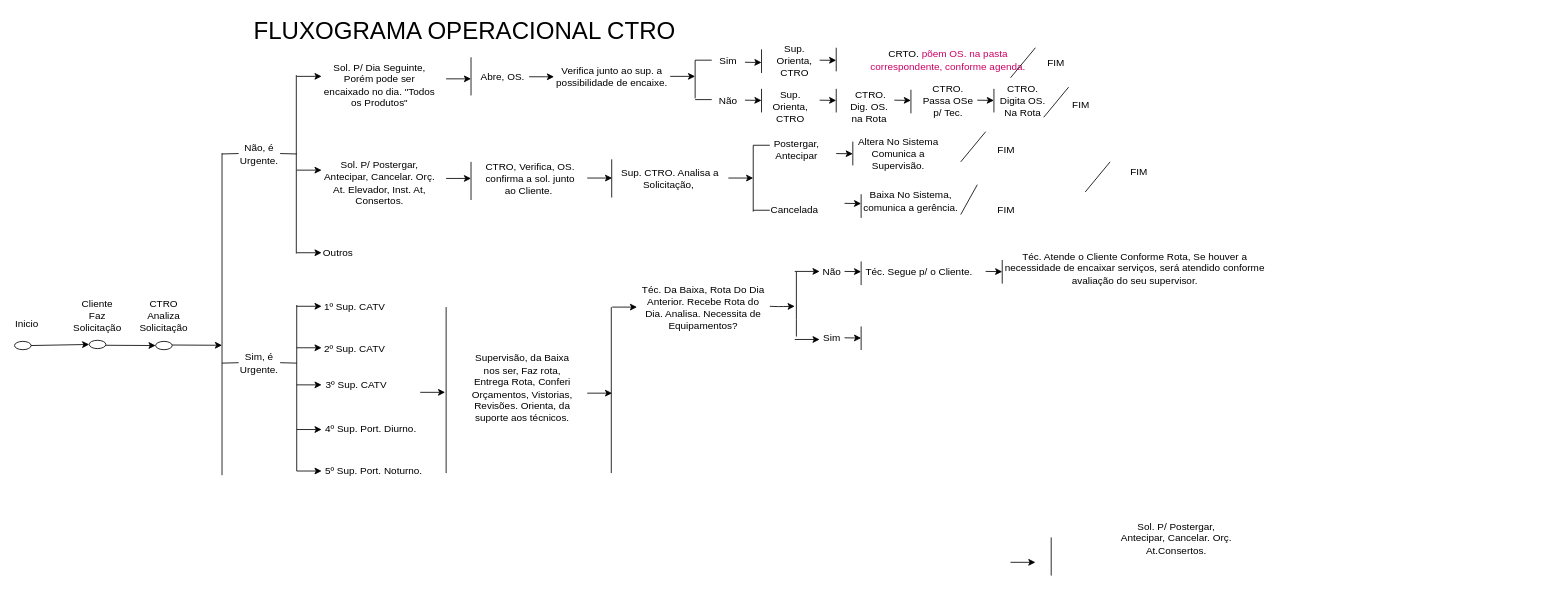
Before: page "Page-1" (1 of 4) of Untitled Diagram.drawio in policond/teste, a draw.io diagram. Source tidied: cells renumbered, new cells numbered last; positions are measured from the earlier drawing's top-left corner, leaving out a move shared by most shapes. Both pictures are drawn from the tidied source at 83%, with x=0, y=0 at pixel (14, 14).
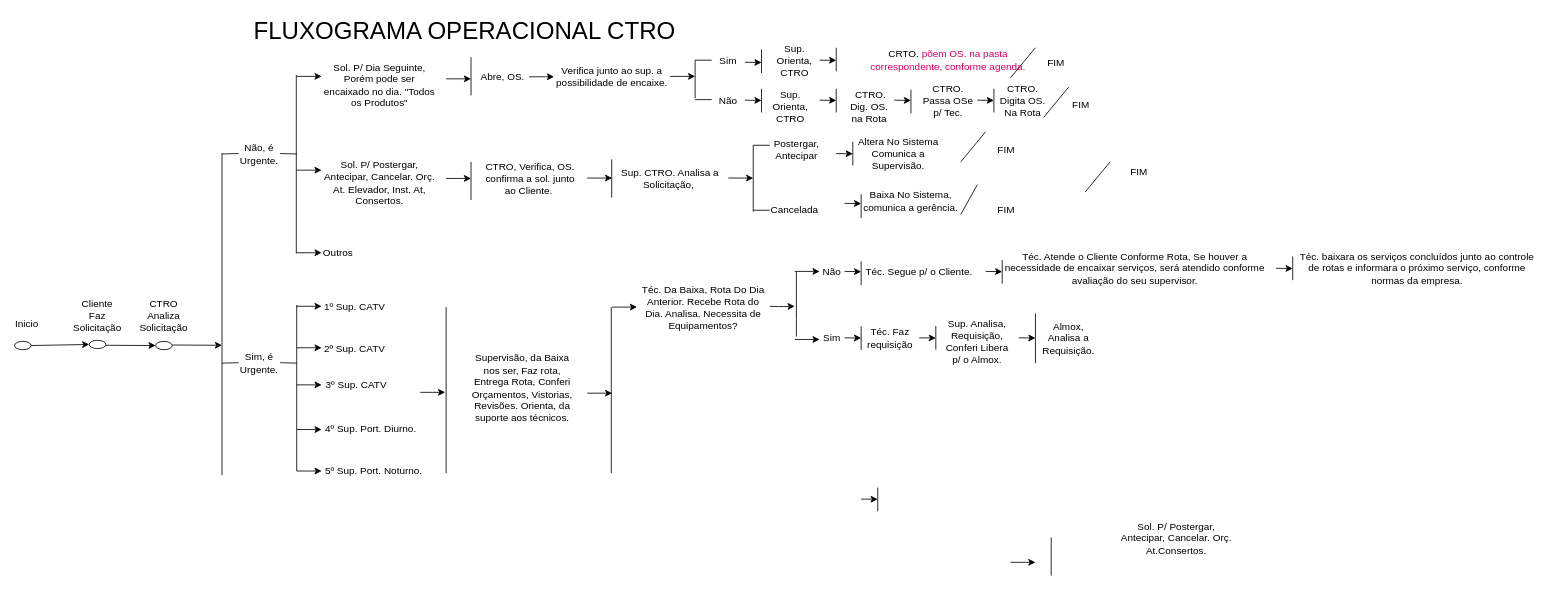
The same diagram, later.

What changed in the source:
```diff
@@
+    <mxCell id="118" style="endArrow=classic;html=1;" parent="1" edge="1">
+      <mxGeometry relative="1" as="geometry">
+        <mxPoint x="1520" y="305.8" as="sourcePoint" />
+        <mxPoint x="1540" y="306" as="targetPoint" />
+      </mxGeometry>
+    </mxCell>
+    <mxCell id="119" style="endArrow=none;html=1;" parent="1" edge="1">
+      <mxGeometry relative="1" as="geometry">
+        <mxPoint x="1540" y="320" as="sourcePoint" />
+        <mxPoint x="1540" y="291.5" as="targetPoint" />
+      </mxGeometry>
+    </mxCell>
+    <mxCell id="120" value="Téc. baixara os serviços concluídos junto ao controle de rotas e informara o próximo serviço, conforme normas da empresa." style="text;html=1;strokeColor=none;fillColor=none;align=center;verticalAlign=middle;whiteSpace=wrap;rounded=0;" parent="1" vertex="1">
+      <mxGeometry x="1540" y="273.8" width="300" height="65" as="geometry" />
+    </mxCell>
+    <mxCell id="121" value="Téc. Faz requisição" style="text;html=1;strokeColor=none;fillColor=none;align=center;verticalAlign=middle;whiteSpace=wrap;rounded=0;" parent="1" vertex="1">
+      <mxGeometry x="1030" y="380" width="50" height="20" as="geometry" />
+    </mxCell>
+    <mxCell id="122" style="endArrow=classic;html=1;" parent="1" edge="1">
+      <mxGeometry relative="1" as="geometry">
+        <mxPoint x="1090" y="389.5" as="sourcePoint" />
+        <mxPoint x="1110" y="389.8" as="targetPoint" />
+      </mxGeometry>
+    </mxCell>
+    <mxCell id="123" style="endArrow=none;html=1;" parent="1" edge="1">
+      <mxGeometry relative="1" as="geometry">
+        <mxPoint x="1110" y="403.8" as="sourcePoint" />
+        <mxPoint x="1110" y="375.2" as="targetPoint" />
+      </mxGeometry>
+    </mxCell>
+    <mxCell id="124" style="endArrow=classic;html=1;" parent="1" edge="1">
+      <mxGeometry relative="1" as="geometry">
+        <mxPoint x="1020" y="583.8" as="sourcePoint" />
+        <mxPoint x="1040" y="584" as="targetPoint" />
+      </mxGeometry>
+    </mxCell>
+    <mxCell id="125" style="endArrow=none;html=1;" parent="1" edge="1">
+      <mxGeometry relative="1" as="geometry">
+        <mxPoint x="1040" y="598.5" as="sourcePoint" />
+        <mxPoint x="1040" y="570" as="targetPoint" />
+      </mxGeometry>
+    </mxCell>
+    <mxCell id="126" value="Sup. Analisa, Requisição, Conferi Libera p/ o Almox." style="text;html=1;strokeColor=none;fillColor=none;align=center;verticalAlign=middle;whiteSpace=wrap;rounded=0;" parent="1" vertex="1">
+      <mxGeometry x="1120" y="372.5" width="80" height="42.5" as="geometry" />
+    </mxCell>
+    <mxCell id="127" style="endArrow=classic;html=1;" parent="1" edge="1">
+      <mxGeometry relative="1" as="geometry">
+        <mxPoint x="1210" y="389.5" as="sourcePoint" />
+        <mxPoint x="1230" y="389.8" as="targetPoint" />
+      </mxGeometry>
+    </mxCell>
+    <mxCell id="128" style="endArrow=none;html=1;" parent="1" edge="1">
+      <mxGeometry relative="1" as="geometry">
+        <mxPoint x="1230" y="420" as="sourcePoint" />
+        <mxPoint x="1230" y="360" as="targetPoint" />
+      </mxGeometry>
+    </mxCell>
+    <mxCell id="129" value="Almox, Analisa a Requisição." style="text;html=1;strokeColor=none;fillColor=none;align=center;verticalAlign=middle;whiteSpace=wrap;rounded=0;" parent="1" vertex="1">
+      <mxGeometry x="1240" y="368.8" width="60" height="42.5" as="geometry" />
+    </mxCell>
```
